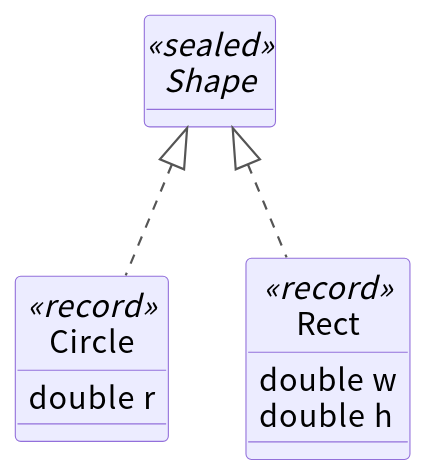
Before: images/java/diagram/cls-07-02-sealed.svg, a diagram exported from PlantUML (YTS0418/PRMN_SYSTEM_Lecture). The source it was exported from:
```plantuml
@startuml
!include ../../database/diagram/_common.iuml
show methods
interface Shape <<sealed>>
class Circle <<record>> {
  double r
}
class Rect <<record>> {
  double w
  double h
}
Shape <|.. Circle
Shape <|.. Rect
@enduml
```
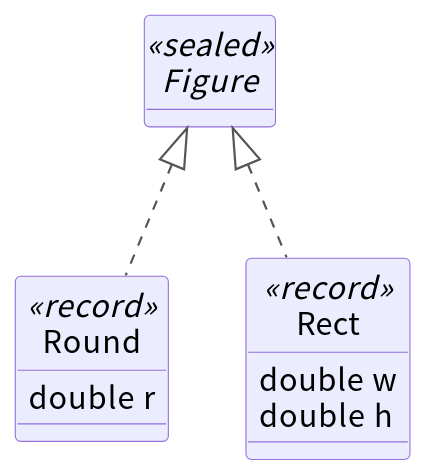
Above is the later version.

Commit message:
docs(Java入門): IntelliJ の配布形態、エラー文、sealed の例の名前、総合演習の仕様を修正

What changed in the source:
```diff
@@ -1,14 +1,14 @@
 @startuml
 !include ../../database/diagram/_common.iuml
 show methods
-interface Shape <<sealed>>
-class Circle <<record>> {
+interface Figure <<sealed>>
+class Round <<record>> {
   double r
 }
 class Rect <<record>> {
   double w
   double h
 }
-Shape <|.. Circle
-Shape <|.. Rect
+Figure <|.. Round
+Figure <|.. Rect
 @enduml
```
